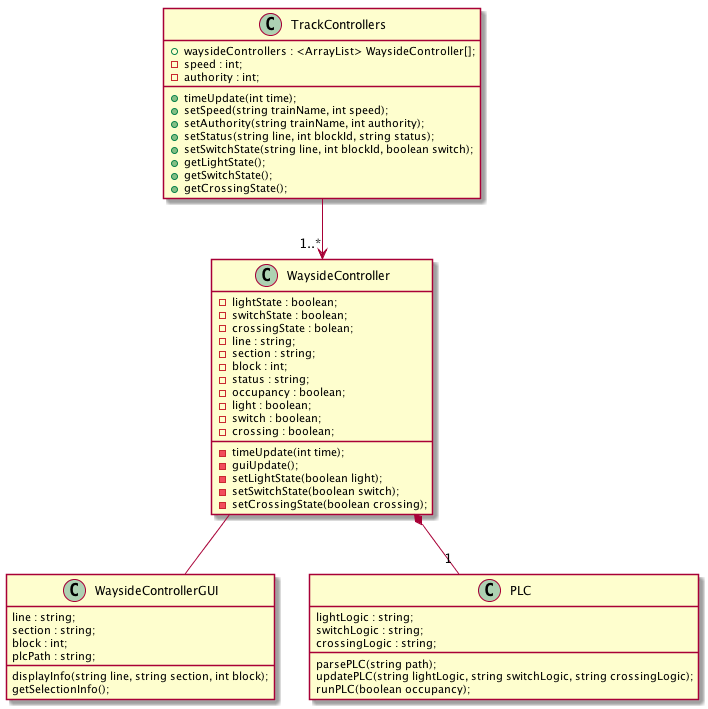
kevingilboy/COE1186 keeps this PlantUML diagram as TrainSystem/yUML/Class Diagrams/TrackControllerClassDiagram.png. Above is the earlier version. Its diagram source:
```plantuml
@startuml
class TrackControllers {
  {field} +waysideControllers : <ArrayList> WaysideController[];
  {field} -speed : int;
  {field} -authority : int;
  {method} +timeUpdate(int time);
  {method} +setSpeed(string trainName, int speed);
  {method} +setAuthority(string trainName, int authority);
  {method} +setStatus(string line, int blockId, string status);
  {method} +setSwitchState(string line, int blockId, boolean switch);
  {method} +getLightState();
  {method} +getSwitchState();
  {method} +getCrossingState();
}

class WaysideController {
  {field} -lightState : boolean;
  {field} -switchState : boolean;
  {field} -crossingState : bolean;
  {field} -line : string;
  {field} -section : string;
  {field} -block : int;
  {field} -status : string;
  {field} -occupancy : boolean;
  {field} -light : boolean;
  {field} -switch : boolean;
  {field} -crossing : boolean;
  {method} -timeUpdate(int time);
  {method} -guiUpdate();
  {method} -setLightState(boolean light);
  {method} -setSwitchState(boolean switch);
  {method} -setCrossingState(boolean crossing);
}

class WaysideControllerGUI {
  {field} line : string;
  {field} section : string;
  {field} block : int;
  {field} plcPath : string;
  {method} displayInfo(string line, string section, int block);
  {method} getSelectionInfo();
}

class PLC {
  {field} lightLogic : string;
  {field} switchLogic : string;
  {field} crossingLogic : string;
  {method} parsePLC(string path);
  {method} updatePLC(string lightLogic, string switchLogic, string crossingLogic);
  {method} runPLC(boolean occupancy);
}

TrackControllers --> "1..*" WaysideController
WaysideController -- WaysideControllerGUI
WaysideController *-- "1" PLC

@enduml
```
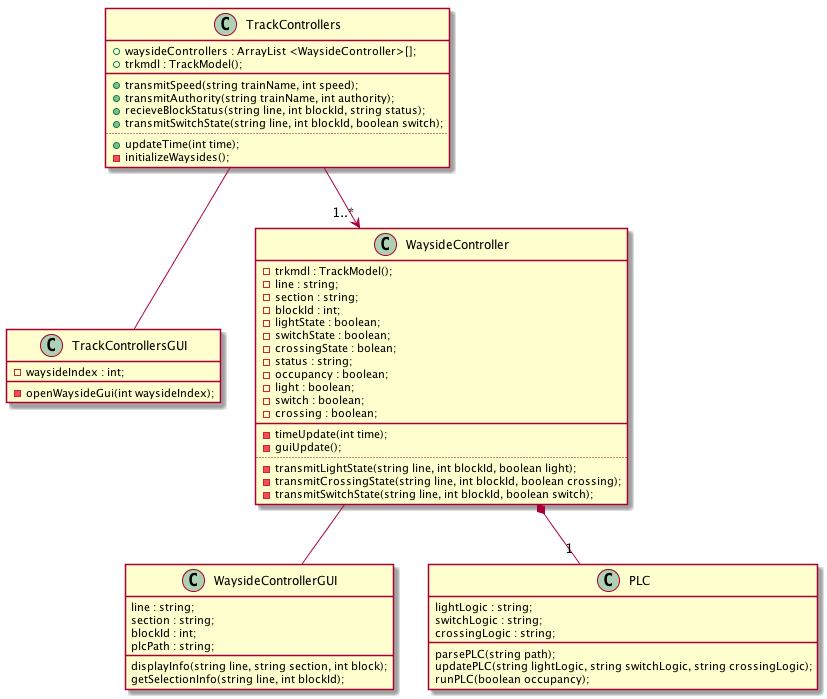
Above is the later version.

Commit message:
organized methods better, added main gui for opening individual guis

The edit, as a diff of the source:
```diff
@@ -1,56 +1,67 @@
 @startuml
 class TrackControllers {
-  {field} +waysideControllers : <ArrayList> WaysideController[];
-  {field} -speed : int;
-  {field} -authority : int;
-  {method} +timeUpdate(int time);
-  {method} +setSpeed(string trainName, int speed);
-  {method} +setAuthority(string trainName, int authority);
-  {method} +setStatus(string line, int blockId, string status);
-  {method} +setSwitchState(string line, int blockId, boolean switch);
-  {method} +getLightState();
-  {method} +getSwitchState();
-  {method} +getCrossingState();
+	{field} + waysideControllers : ArrayList <WaysideController>[];
+	{field} + trkmdl : TrackModel();
+	__
+	{method} + transmitSpeed(string trainName, int speed);
+	{method} + transmitAuthority(string trainName, int authority);
+	{method} + recieveBlockStatus(string line, int blockId, string status);
+	{method} + transmitSwitchState(string line, int blockId, boolean switch);
+	..
+	{method} + updateTime(int time);
+	{method} - initializeWaysides();
+}
+
+class TrackControllersGUI {
+	{field} - waysideIndex : int;
+	__
+	{method} - openWaysideGui(int waysideIndex);
 }
 
 class WaysideController {
-  {field} -lightState : boolean;
-  {field} -switchState : boolean;
-  {field} -crossingState : bolean;
-  {field} -line : string;
-  {field} -section : string;
-  {field} -block : int;
-  {field} -status : string;
-  {field} -occupancy : boolean;
-  {field} -light : boolean;
-  {field} -switch : boolean;
-  {field} -crossing : boolean;
-  {method} -timeUpdate(int time);
-  {method} -guiUpdate();
-  {method} -setLightState(boolean light);
-  {method} -setSwitchState(boolean switch);
-  {method} -setCrossingState(boolean crossing);
+	{field} - trkmdl : TrackModel();
+	{field} - line : string;
+	{field} - section : string;
+	{field} - blockId : int;
+	{field} - lightState : boolean;
+	{field} - switchState : boolean;
+	{field} - crossingState : bolean;
+	{field} - status : string;
+	{field} - occupancy : boolean;
+	{field} - light : boolean;
+	{field} - switch : boolean;
+	{field} - crossing : boolean;
+	__
+	{method} - timeUpdate(int time);
+	{method} - guiUpdate();
+	..
+	{method} - transmitLightState(string line, int blockId, boolean light);
+	{method} - transmitCrossingState(string line, int blockId, boolean crossing);
+	{method} - transmitSwitchState(string line, int blockId, boolean switch);
 }
 
 class WaysideControllerGUI {
-  {field} line : string;
-  {field} section : string;
-  {field} block : int;
-  {field} plcPath : string;
-  {method} displayInfo(string line, string section, int block);
-  {method} getSelectionInfo();
+	{field} line : string;
+	{field} section : string;
+	{field} blockId : int;
+	{field} plcPath : string;
+	__
+	{method} displayInfo(string line, string section, int block);
+	{method} getSelectionInfo(string line, int blockId);
 }
 
 class PLC {
-  {field} lightLogic : string;
-  {field} switchLogic : string;
-  {field} crossingLogic : string;
-  {method} parsePLC(string path);
-  {method} updatePLC(string lightLogic, string switchLogic, string crossingLogic);
-  {method} runPLC(boolean occupancy);
+	{field} lightLogic : string;
+	{field} switchLogic : string;
+	{field} crossingLogic : string;
+	__
+	{method} parsePLC(string path);
+	{method} updatePLC(string lightLogic, string switchLogic, string crossingLogic);
+	{method} runPLC(boolean occupancy);
 }
 
 TrackControllers --> "1..*" WaysideController
+TrackControllers -- TrackControllersGUI
 WaysideController -- WaysideControllerGUI
 WaysideController *-- "1" PLC
 
```
